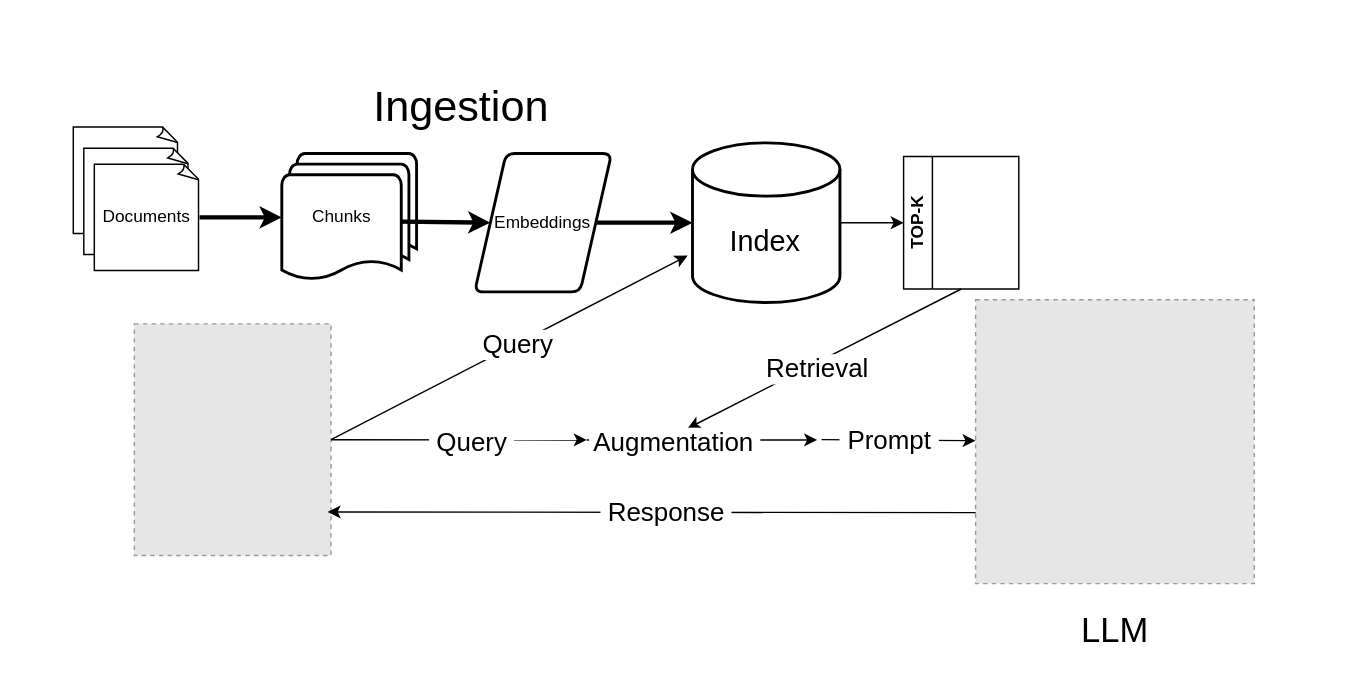
chnoack/diagrams keeps this draw.io diagram as RAG-Ingestion.drawio. Above is the earlier version. Source tidied: cells renumbered, new cells numbered last; positions are measured from the earlier drawing's top-left corner, leaving out a move shared by most shapes. Both pictures are drawn from the tidied source at 144%, with x=0, y=0 at pixel (72, 68). Pictures stored in the file or linked from it are replaced by grey dashed boxes.
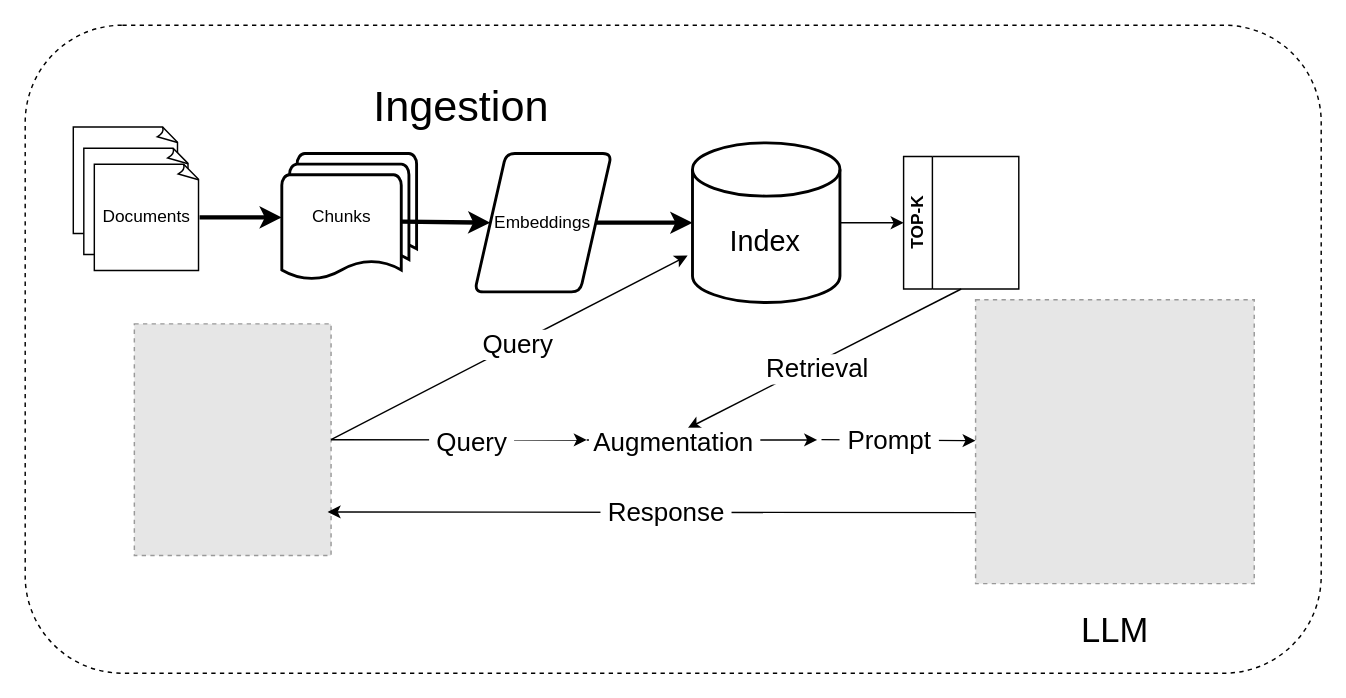
The same diagram, later.

The edit, as a diff of the source:
```diff
@@
+    <mxCell id="28" style="rounded=1;whiteSpace=wrap;html=1;fillColor=none;dashed=1;" parent="1" vertex="1">
+      <mxGeometry x="-33" y="-30" width="900" height="450" as="geometry" />
+    </mxCell>
```
